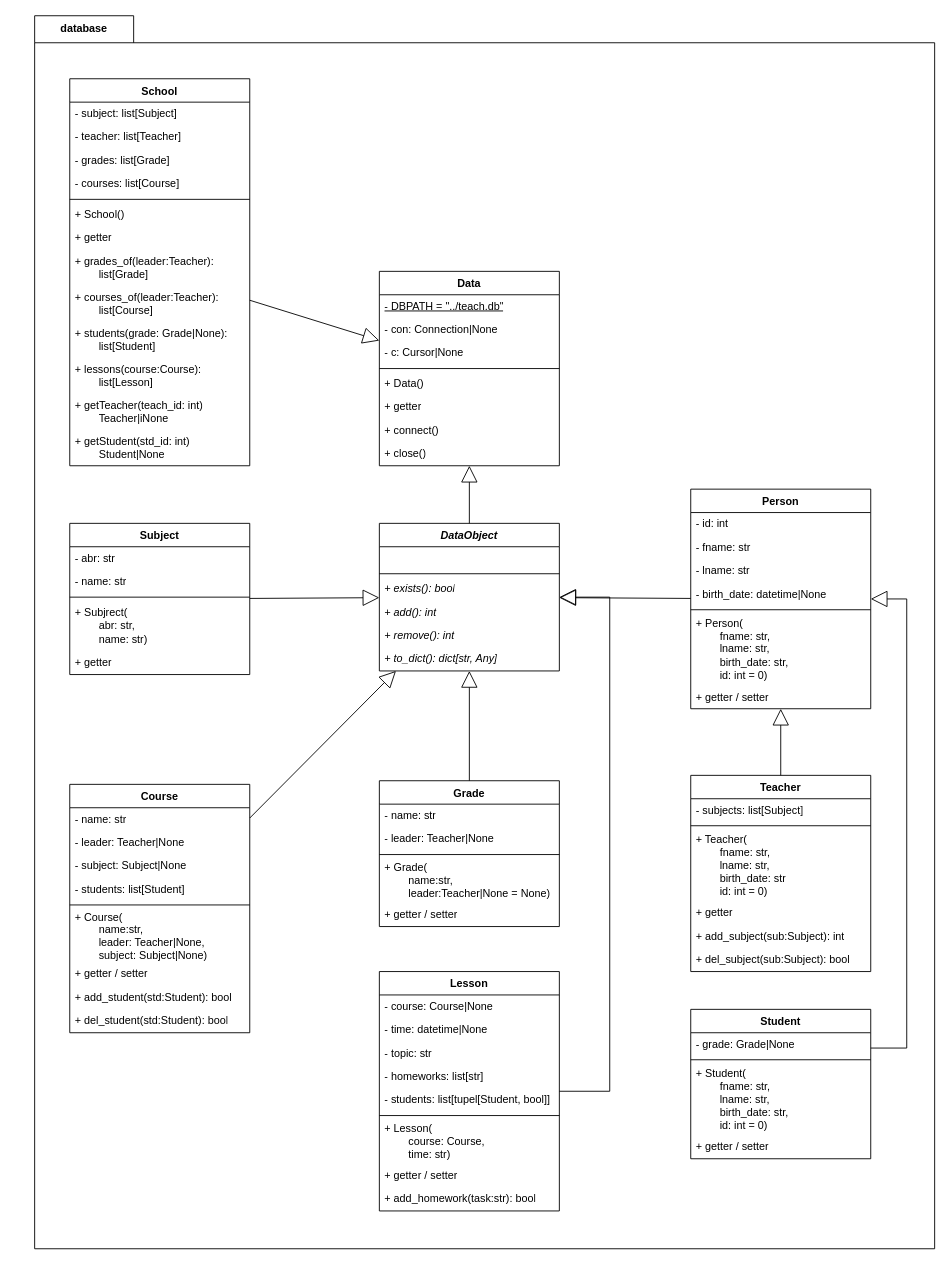
Above: drafts/database.drawio in elma1989/teach (draw.io), before the change. Source tidied: cells renumbered, new cells numbered last; positions are measured from the earlier drawing's top-left corner, leaving out a move shared by most shapes. Both pictures are drawn from the tidied source at 90%, with x=0, y=0 at pixel (15, 15).
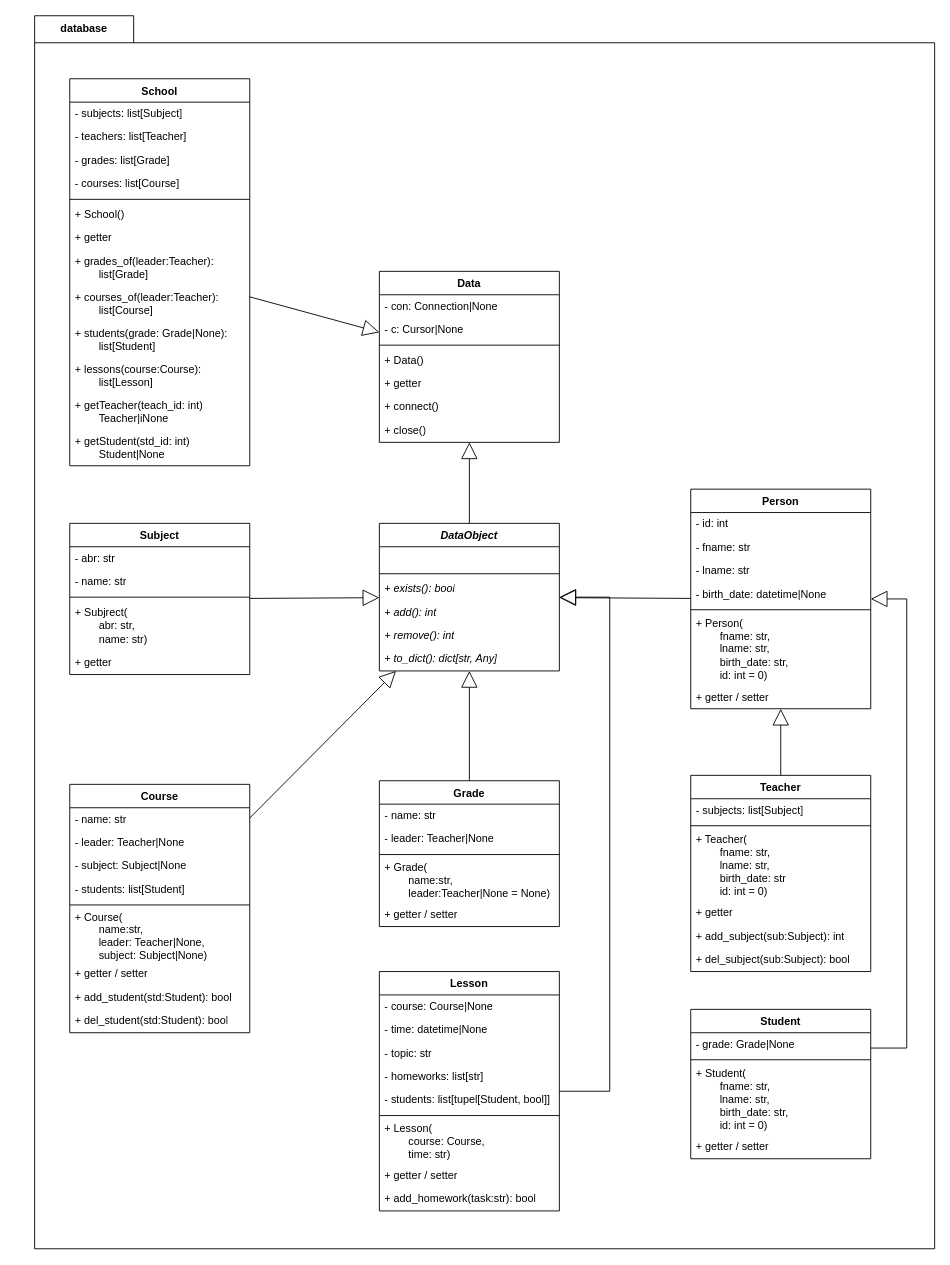
The same diagram, later.

The change refers to these unchanged cells:
```xml
<mxCell id="69" value="School" style="swimlane;fontStyle=1;align=center;verticalAlign=top;horizontal=1;startSize=26;whiteSpace=wrap;html=1;" parent="1" vertex="1">
  <mxGeometry x="60" y="70" width="200" height="430" as="geometry" />
</mxCell>
```

Change to the diagram source:
```diff
@@
     <mxCell id="20" value="Data" style="swimlane;fontStyle=1;align=center;verticalAlign=top;horizontal=1;startSize=26;whiteSpace=wrap;html=1;" parent="1" vertex="1">
-      <mxGeometry x="404" y="284" width="200" height="216" as="geometry" />
+      <mxGeometry x="404" y="284" width="200" height="190" as="geometry" />
     </mxCell>
-    <mxCell id="21" value="- DBPATH = &quot;../teach.db&quot;" style="text;strokeColor=none;fillColor=none;align=left;verticalAlign=middle;spacingLeft=4;spacingRight=4;overflow=hidden;whiteSpace=wrap;html=1;fontStyle=4;" parent="20" vertex="1">
-      <mxGeometry y="26" width="200" height="26" as="geometry" />
-    </mxCell>
     <mxCell id="22" value="- con: Connection|None" style="text;strokeColor=none;fillColor=none;align=left;verticalAlign=middle;spacingLeft=4;spacingRight=4;overflow=hidden;whiteSpace=wrap;html=1;" parent="20" vertex="1">
-      <mxGeometry y="52" width="200" height="26" as="geometry" />
+      <mxGeometry y="26" width="200" height="26" as="geometry" />
     </mxCell>
     <mxCell id="23" value="- c: Cursor|None" style="text;strokeColor=none;fillColor=none;align=left;verticalAlign=middle;spacingLeft=4;spacingRight=4;overflow=hidden;whiteSpace=wrap;html=1;" parent="20" vertex="1">
-      <mxGeometry y="78" width="200" height="26" as="geometry" />
+      <mxGeometry y="52" width="200" height="26" as="geometry" />
     </mxCell>
     <mxCell id="24" style="line;strokeWidth=1;fillColor=none;align=left;verticalAlign=middle;spacingTop=-1;spacingLeft=3;spacingRight=3;labelPosition=right;strokeColor=inherit;" parent="20" vertex="1">
-      <mxGeometry y="104" width="200" height="8" as="geometry" />
+      <mxGeometry y="78" width="200" height="8" as="geometry" />
     </mxCell>
     <mxCell id="25" value="+ Data()" style="text;strokeColor=none;fillColor=none;align=left;verticalAlign=middle;spacingLeft=4;spacingRight=4;overflow=hidden;whiteSpace=wrap;html=1;" parent="20" vertex="1">
-      <mxGeometry y="112" width="200" height="26" as="geometry" />
+      <mxGeometry y="86" width="200" height="26" as="geometry" />
     </mxCell>
     <mxCell id="26" value="+ getter" style="text;strokeColor=none;fillColor=none;align=left;verticalAlign=middle;spacingLeft=4;spacingRight=4;overflow=hidden;whiteSpace=wrap;html=1;" parent="20" vertex="1">
-      <mxGeometry y="138" width="200" height="26" as="geometry" />
+      <mxGeometry y="112" width="200" height="26" as="geometry" />
     </mxCell>
     <mxCell id="27" value="+ connect()" style="text;strokeColor=none;fillColor=none;align=left;verticalAlign=middle;spacingLeft=4;spacingRight=4;overflow=hidden;whiteSpace=wrap;html=1;" parent="20" vertex="1">
-      <mxGeometry y="164" width="200" height="26" as="geometry" />
+      <mxGeometry y="138" width="200" height="26" as="geometry" />
     </mxCell>
     <mxCell id="28" value="+ close()" style="text;strokeColor=none;fillColor=none;align=left;verticalAlign=middle;spacingLeft=4;spacingRight=4;overflow=hidden;whiteSpace=wrap;html=1;" parent="20" vertex="1">
-      <mxGeometry y="190" width="200" height="26" as="geometry" />
+      <mxGeometry y="164" width="200" height="26" as="geometry" />
     </mxCell>
@@
-    <mxCell id="70" value="- subject: list[Subject]" style="text;strokeColor=none;fillColor=none;align=left;verticalAlign=middle;spacingLeft=4;spacingRight=4;overflow=hidden;whiteSpace=wrap;html=1;" parent="69" vertex="1">
+    <mxCell id="70" value="- subjects: list[Subject]" style="text;strokeColor=none;fillColor=none;align=left;verticalAlign=middle;spacingLeft=4;spacingRight=4;overflow=hidden;whiteSpace=wrap;html=1;" parent="69" vertex="1">
       <mxGeometry y="26" width="200" height="26" as="geometry" />
     </mxCell>
-    <mxCell id="71" value="- teacher: list[Teacher]" style="text;strokeColor=none;fillColor=none;align=left;verticalAlign=middle;spacingLeft=4;spacingRight=4;overflow=hidden;whiteSpace=wrap;html=1;" parent="69" vertex="1">
+    <mxCell id="71" value="- teachers: list[Teacher]" style="text;strokeColor=none;fillColor=none;align=left;verticalAlign=middle;spacingLeft=4;spacingRight=4;overflow=hidden;whiteSpace=wrap;html=1;" parent="69" vertex="1">
       <mxGeometry y="52" width="200" height="26" as="geometry" />
     </mxCell>
```
